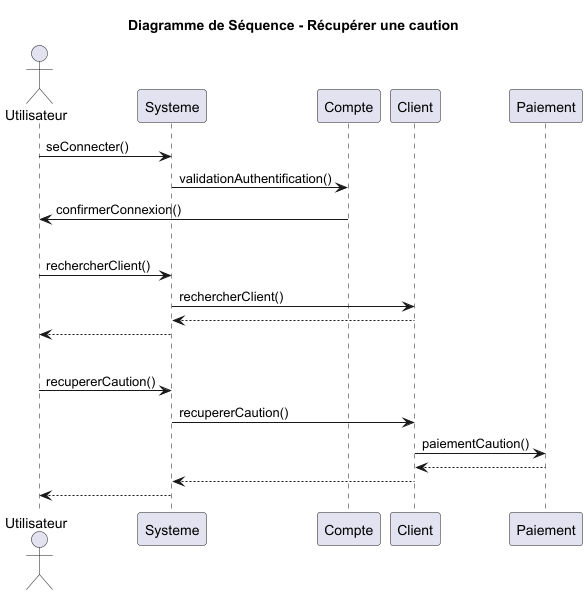
Earlier version of the PlantUML export UML/Diagramme_sequence_recuperer_caution.png (Egario54/ProjetClubNautique).
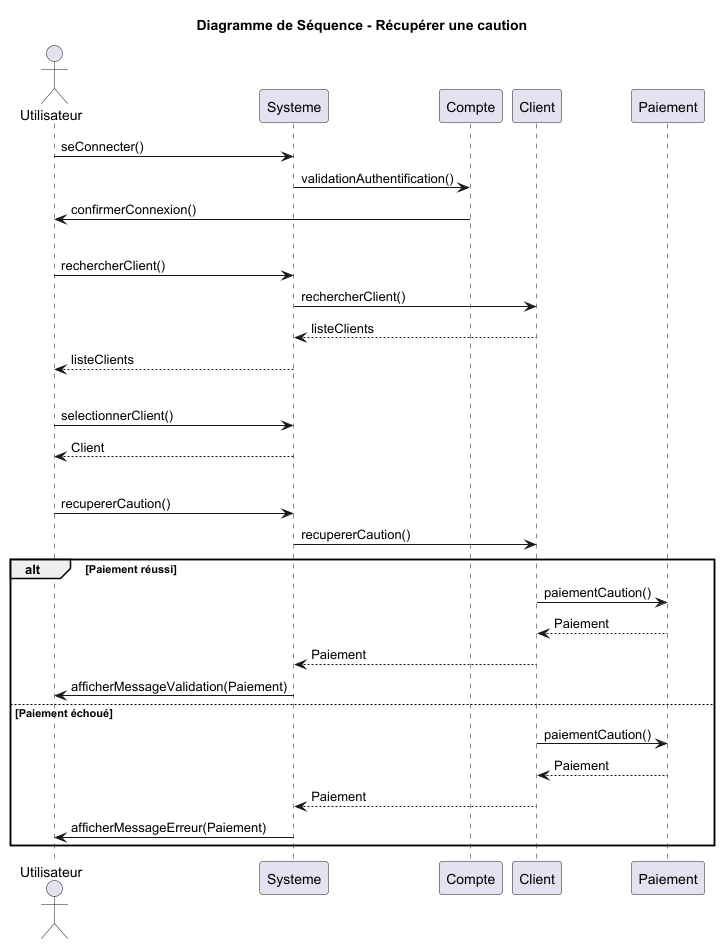
The same diagram one commit later.

Diff of the diagram source:
```diff
@@ -14,17 +14,30 @@
 
 Utilisateur -> Systeme: rechercherClient()
 Systeme -> Client: rechercherClient()
-return
-Utilisateur <-- Systeme
+return listeClients
+Utilisateur <-- Systeme: listeClients
 
+
+|||
+
+Utilisateur -> Systeme: selectionnerClient()
+return Client
 
 |||
 
 Utilisateur -> Systeme: recupererCaution()
 Systeme -> Client: recupererCaution()
+alt Paiement réussi
 Client -> Paiement: paiementCaution()
-return
-Systeme <-- Client
-Utilisateur <-- Systeme
+return Paiement
+Systeme <-- Client: Paiement
+Utilisateur <- Systeme: afficherMessageValidation(Paiement)
+
+else Paiement échoué
+Client -> Paiement: paiementCaution()
+return Paiement
+Systeme <-- Client: Paiement
+Utilisateur <- Systeme: afficherMessageErreur(Paiement)
+end
 
 @enduml
```
